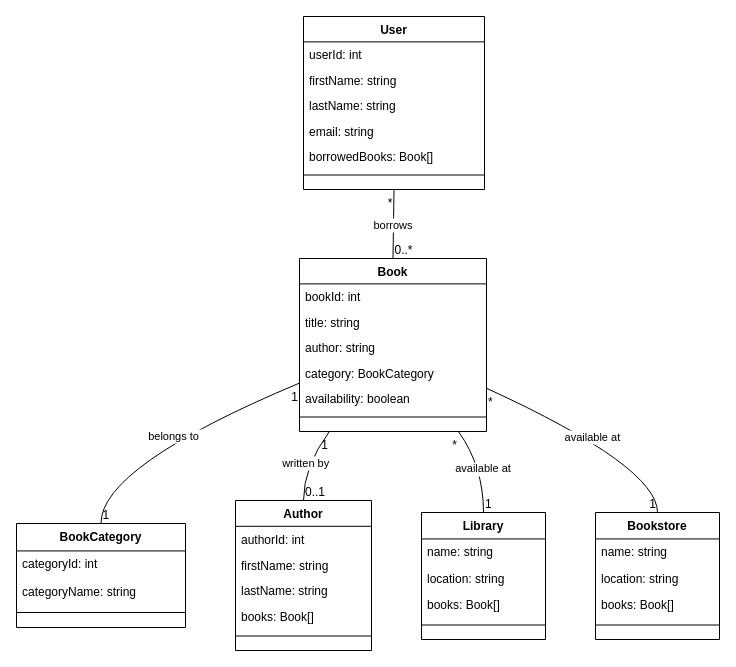
The draw.io diagram Неозаглавена диаграма.drawio in KrisiTheCat/Bookshelf, before the edit. Source tidied: cells renumbered, new cells numbered last; positions are measured from the earlier drawing's top-left corner, leaving out a move shared by most shapes. Both pictures are drawn from the tidied source at 100%, with x=0, y=0 at pixel (16, 16).
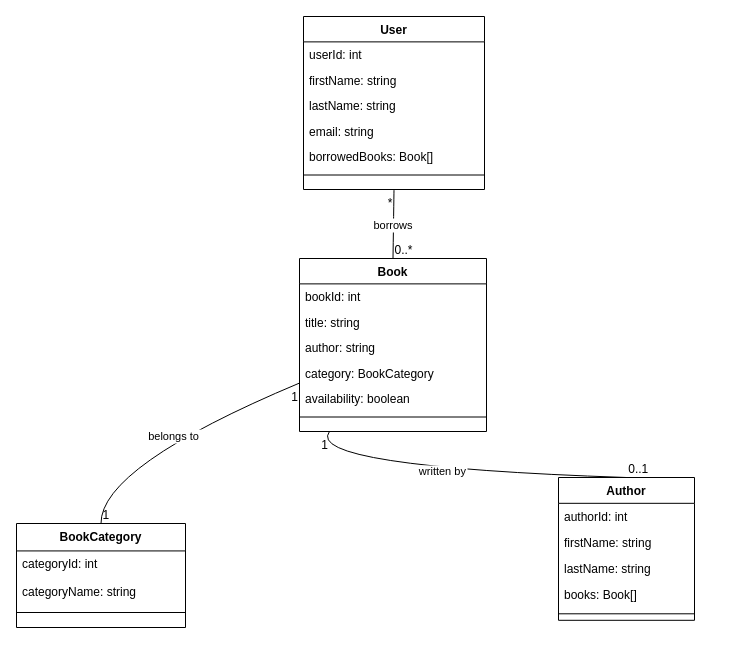
After the change.

Unchanged cells that the change refers to:
```xml
<mxCell id="2" value="Book" style="swimlane;fontStyle=1;align=center;verticalAlign=top;horizontal=1;startSize=25.384615384615383;" parent="1" vertex="1">
  <mxGeometry x="283" y="242" width="187" height="173" as="geometry" />
</mxCell>
```

What changed in the source:
```diff
@@
     <mxCell id="13" value="Author" style="swimlane;fontStyle=1;align=center;verticalAlign=top;horizontal=1;startSize=25.818181818181817;" parent="1" vertex="1">
-      <mxGeometry x="219" y="484" width="136" height="150" as="geometry" />
+      <mxGeometry x="542" y="461" width="136" height="142.8" as="geometry" />
     </mxCell>
     <mxCell id="14" value="authorId: int" style="text;strokeColor=none;fillColor=none;align=left;verticalAlign=top;spacingLeft=4;spacingRight=4;overflow=hidden;" parent="13" vertex="1">
-      <mxGeometry y="26" width="136" height="26" as="geometry" />
+      <mxGeometry y="25.8" width="136" height="26" as="geometry" />
     </mxCell>
     <mxCell id="15" value="firstName: string" style="text;strokeColor=none;fillColor=none;align=left;verticalAlign=top;spacingLeft=4;spacingRight=4;overflow=hidden;" parent="13" vertex="1">
-      <mxGeometry y="52" width="136" height="26" as="geometry" />
+      <mxGeometry y="51.8" width="136" height="26" as="geometry" />
     </mxCell>
     <mxCell id="16" value="lastName: string" style="text;strokeColor=none;fillColor=none;align=left;verticalAlign=top;spacingLeft=4;spacingRight=4;overflow=hidden;" parent="13" vertex="1">
-      <mxGeometry y="77" width="136" height="26" as="geometry" />
+      <mxGeometry y="77.8" width="136" height="26" as="geometry" />
     </mxCell>
     <mxCell id="17" value="books: Book[]" style="text;strokeColor=none;fillColor=none;align=left;verticalAlign=top;spacingLeft=4;spacingRight=4;overflow=hidden;" parent="13" vertex="1">
-      <mxGeometry y="103" width="136" height="26" as="geometry" />
+      <mxGeometry y="103.8" width="136" height="26" as="geometry" />
     </mxCell>
     <mxCell id="18" style="line;strokeWidth=1;fillColor=none;align=left;verticalAlign=middle;spacingTop=-1;spacingLeft=3;spacingRight=3;labelPosition=right;strokeColor=inherit;" parent="13" vertex="1">
-      <mxGeometry y="129" width="136" height="13" as="geometry" />
+      <mxGeometry y="129.8" width="136" height="13" as="geometry" />
     </mxCell>
-    <mxCell id="19" value="Library" style="swimlane;fontStyle=1;align=center;verticalAlign=top;horizontal=1;startSize=26.444444444444443;" parent="1" vertex="1">
-      <mxGeometry x="405" y="496" width="124" height="127" as="geometry" />
-    </mxCell>
-    <mxCell id="20" value="name: string" style="text;strokeColor=none;fillColor=none;align=left;verticalAlign=top;spacingLeft=4;spacingRight=4;overflow=hidden;" parent="19" vertex="1">
-      <mxGeometry y="26" width="124" height="26" as="geometry" />
-    </mxCell>
-    <mxCell id="21" value="location: string" style="text;strokeColor=none;fillColor=none;align=left;verticalAlign=top;spacingLeft=4;spacingRight=4;overflow=hidden;" parent="19" vertex="1">
-      <mxGeometry y="53" width="124" height="26" as="geometry" />
-    </mxCell>
-    <mxCell id="22" value="books: Book[]" style="text;strokeColor=none;fillColor=none;align=left;verticalAlign=top;spacingLeft=4;spacingRight=4;overflow=hidden;" parent="19" vertex="1">
-      <mxGeometry y="79" width="124" height="26" as="geometry" />
-    </mxCell>
-    <mxCell id="23" style="line;strokeWidth=1;fillColor=none;align=left;verticalAlign=middle;spacingTop=-1;spacingLeft=3;spacingRight=3;labelPosition=right;strokeColor=inherit;" parent="19" vertex="1">
-      <mxGeometry y="106" width="124" height="13" as="geometry" />
-    </mxCell>
-    <mxCell id="24" value="Bookstore" style="swimlane;fontStyle=1;align=center;verticalAlign=top;horizontal=1;startSize=26.444444444444443;" parent="1" vertex="1">
-      <mxGeometry x="579" y="496" width="124" height="127" as="geometry" />
-    </mxCell>
-    <mxCell id="25" value="name: string" style="text;strokeColor=none;fillColor=none;align=left;verticalAlign=top;spacingLeft=4;spacingRight=4;overflow=hidden;" parent="24" vertex="1">
-      <mxGeometry y="26" width="124" height="26" as="geometry" />
-    </mxCell>
-    <mxCell id="26" value="location: string" style="text;strokeColor=none;fillColor=none;align=left;verticalAlign=top;spacingLeft=4;spacingRight=4;overflow=hidden;" parent="24" vertex="1">
-      <mxGeometry y="53" width="124" height="26" as="geometry" />
-    </mxCell>
-    <mxCell id="27" value="books: Book[]" style="text;strokeColor=none;fillColor=none;align=left;verticalAlign=top;spacingLeft=4;spacingRight=4;overflow=hidden;" parent="24" vertex="1">
-      <mxGeometry y="79" width="124" height="26" as="geometry" />
-    </mxCell>
-    <mxCell id="28" style="line;strokeWidth=1;fillColor=none;align=left;verticalAlign=middle;spacingTop=-1;spacingLeft=3;spacingRight=3;labelPosition=right;strokeColor=inherit;" parent="24" vertex="1">
-      <mxGeometry y="106" width="124" height="13" as="geometry" />
-    </mxCell>
@@
-    <mxCell id="42" value="available at" style="curved=1;startArrow=none;endArrow=none;exitX=0.85;exitY=1;entryX=0.5;entryY=0;" parent="1" edge="1" source="2" target="19">
-      <mxGeometry relative="1" as="geometry">
-        <Array as="points">
-          <mxPoint x="467" y="450" />
-        </Array>
-      </mxGeometry>
-    </mxCell>
-    <mxCell id="43" value="*" style="edgeLabel;labelBackgroundColor=none;fontSize=12;align=right;verticalAlign=top;" parent="42" vertex="1">
-      <mxGeometry x="-1" relative="1" as="geometry" />
-    </mxCell>
-    <mxCell id="44" value="1" style="edgeLabel;labelBackgroundColor=none;fontSize=12;align=left;verticalAlign=bottom;" parent="42" vertex="1">
-      <mxGeometry x="1" relative="1" as="geometry" />
-    </mxCell>
-    <mxCell id="45" value="available at" style="curved=1;startArrow=none;endArrow=none;exitX=1;exitY=0.75;entryX=0.5;entryY=0;" parent="1" edge="1" source="2" target="24">
-      <mxGeometry relative="1" as="geometry">
-        <Array as="points">
-          <mxPoint x="641" y="450" />
-        </Array>
-      </mxGeometry>
-    </mxCell>
-    <mxCell id="46" value="*" style="edgeLabel;labelBackgroundColor=none;fontSize=12;align=left;verticalAlign=top;" parent="45" vertex="1">
-      <mxGeometry x="-1" relative="1" as="geometry" />
-    </mxCell>
-    <mxCell id="47" value="1" style="edgeLabel;labelBackgroundColor=none;fontSize=12;align=right;verticalAlign=bottom;" parent="45" vertex="1">
-      <mxGeometry x="1" relative="1" as="geometry" />
-    </mxCell>
```
